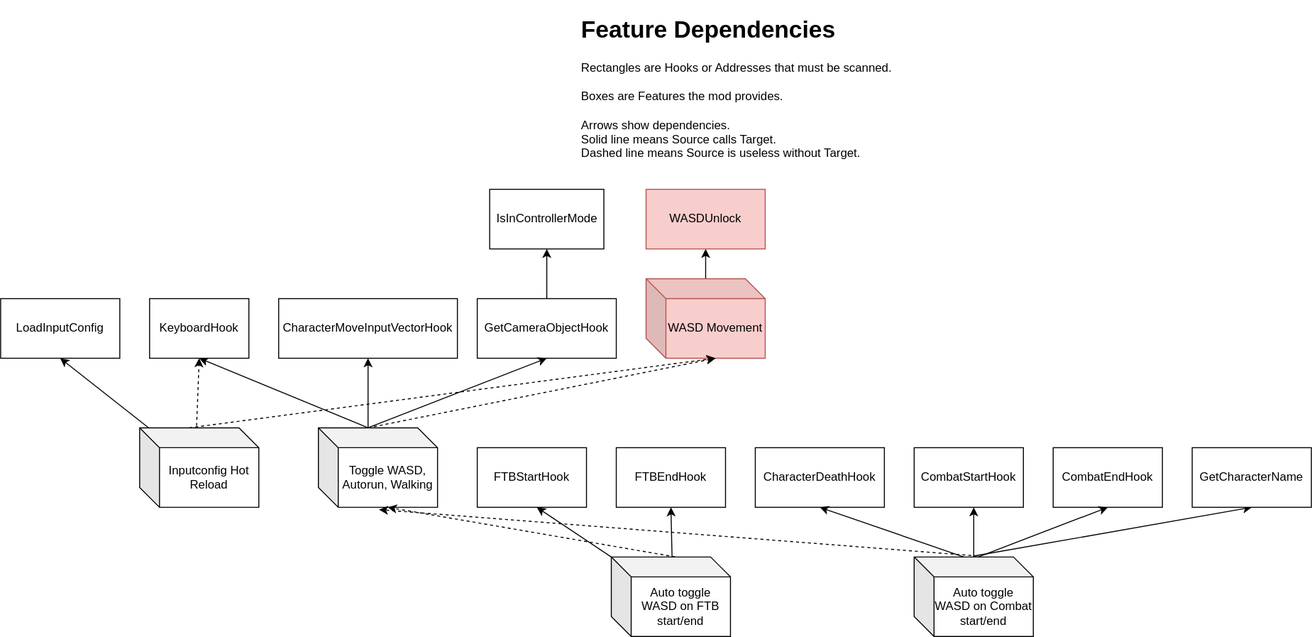
This is doc/feature_dependencies.drawio.svg from Ch4nKyy/BG3WASD, a draw.io export, as it was before one commit. Source tidied: cells renumbered, new cells last; positions are measured from the earlier drawing's top-left corner, leaving out a move shared by most shapes.
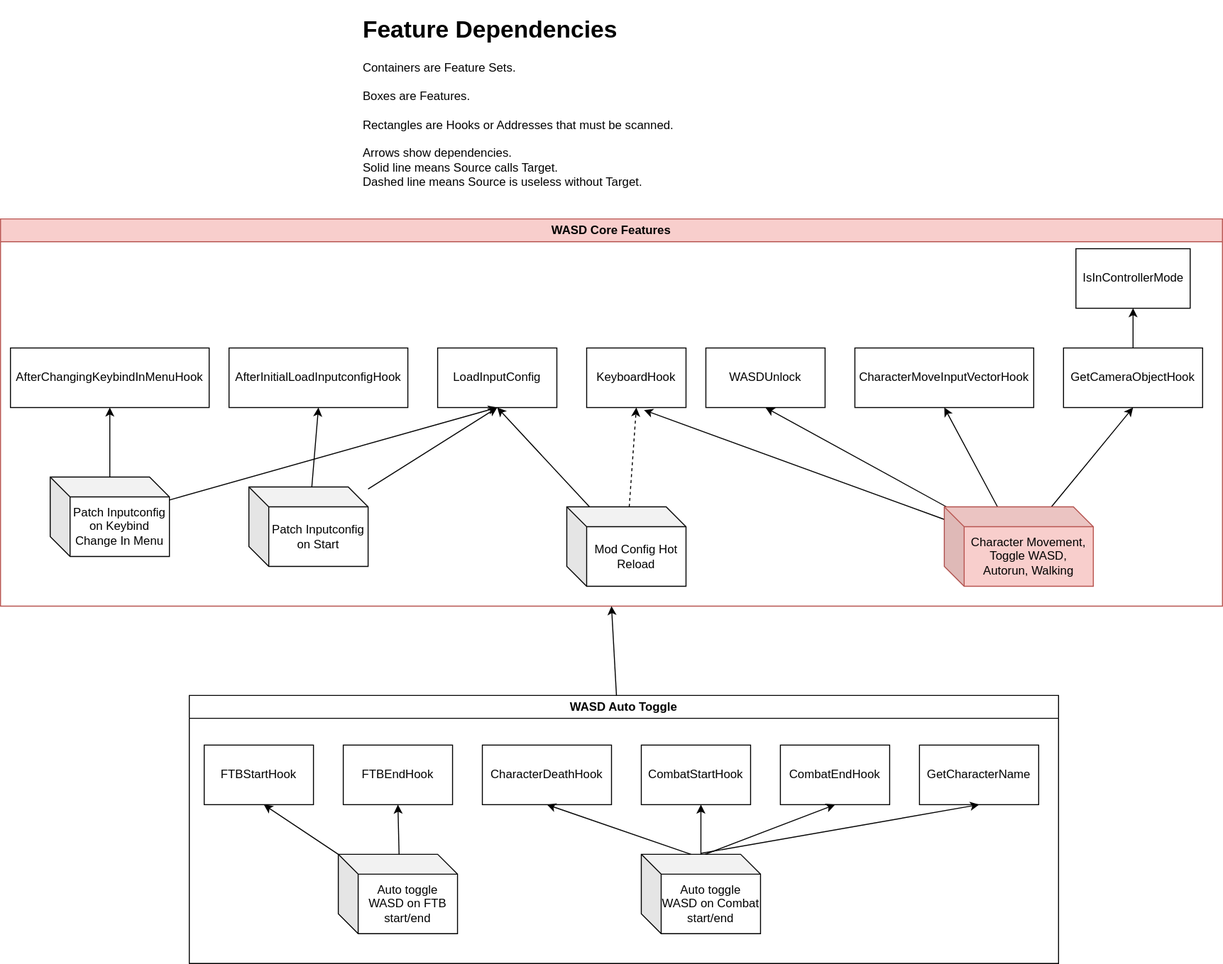
After the commit.

The edit, as a diff of the source:
```diff
@@ -2,119 +2,139 @@
   <root>
     <mxCell id="0" />
     <mxCell id="1" parent="0" />
-    <mxCell id="2" style="edgeStyle=none;html=1;" parent="1" edge="1" source="3" target="4">
-      <mxGeometry relative="1" as="geometry" />
-    </mxCell>
-    <mxCell id="3" value="WASD Movement" style="shape=cube;whiteSpace=wrap;html=1;boundedLbl=1;backgroundOutline=1;darkOpacity=0.05;darkOpacity2=0.1;fillColor=#f8cecc;strokeColor=#b85450;" parent="1" vertex="1">
-      <mxGeometry x="650" y="270" width="120" height="80" as="geometry" />
-    </mxCell>
+    <mxCell id="31" style="edgeStyle=none;html=1;entryX=0;entryY=0;entryDx=70;entryDy=80;entryPerimeter=0;exitX=0.483;exitY=-0.012;exitDx=0;exitDy=0;exitPerimeter=0;strokeColor=none;dashed=1;" parent="1" edge="1" source="33">
+      <mxGeometry relative="1" as="geometry">
+        <mxPoint x="1060" y="380" as="targetPoint" />
+      </mxGeometry>
+    </mxCell>
+    <mxCell id="35" value="&lt;h1&gt;&lt;span style=&quot;background-color: initial;&quot;&gt;Feature Dependencies&lt;/span&gt;&lt;/h1&gt;&lt;div style=&quot;&quot;&gt;&lt;span style=&quot;font-weight: 400;&quot;&gt;&lt;font style=&quot;font-size: 12px;&quot;&gt;Containers are Feature Sets.&lt;/font&gt;&lt;/span&gt;&lt;/div&gt;&lt;div style=&quot;&quot;&gt;&lt;span style=&quot;font-weight: 400;&quot;&gt;&lt;font style=&quot;font-size: 12px;&quot;&gt;&lt;br&gt;&lt;/font&gt;&lt;/span&gt;&lt;/div&gt;&lt;div style=&quot;&quot;&gt;&lt;span style=&quot;font-weight: 400;&quot;&gt;&lt;font style=&quot;font-size: 12px;&quot;&gt;Boxes are Features.&lt;/font&gt;&lt;/span&gt;&lt;/div&gt;&lt;div style=&quot;&quot;&gt;&lt;span style=&quot;font-weight: 400;&quot;&gt;&lt;font style=&quot;font-size: 12px;&quot;&gt;&lt;br&gt;&lt;/font&gt;&lt;/span&gt;&lt;/div&gt;&lt;div style=&quot;&quot;&gt;&lt;span style=&quot;font-weight: 400;&quot;&gt;&lt;font style=&quot;font-size: 12px;&quot;&gt;Rectangles are Hooks or Addresses that must be scanned.&lt;/font&gt;&lt;/span&gt;&lt;/div&gt;&lt;div style=&quot;&quot;&gt;&lt;span style=&quot;font-weight: 400;&quot;&gt;&lt;font style=&quot;font-size: 12px;&quot;&gt;&lt;br&gt;&lt;/font&gt;&lt;/span&gt;&lt;/div&gt;&lt;div style=&quot;&quot;&gt;&lt;span style=&quot;font-weight: 400;&quot;&gt;&lt;font style=&quot;font-size: 12px;&quot;&gt;Arrows show dependencies.&lt;/font&gt;&lt;/span&gt;&lt;/div&gt;&lt;div style=&quot;&quot;&gt;Solid line means Source calls Target.&lt;/div&gt;&lt;div style=&quot;&quot;&gt;Dashed line means Source is useless without Target.&lt;/div&gt;" style="text;html=1;strokeColor=none;fillColor=none;spacing=5;spacingTop=-20;whiteSpace=wrap;overflow=hidden;rounded=0;" parent="1" vertex="1">
+      <mxGeometry x="580" width="360" height="190" as="geometry" />
+    </mxCell>
+    <mxCell id="38" value="WASD Core Features" style="swimlane;whiteSpace=wrap;html=1;fillColor=#f8cecc;strokeColor=#b85450;" parent="1" vertex="1">
+      <mxGeometry x="220" y="210" width="1230" height="390" as="geometry" />
+    </mxCell>
-    <mxCell id="4" value="WASDUnlock" style="rounded=0;whiteSpace=wrap;html=1;fillColor=#f8cecc;strokeColor=#b85450;" parent="1" vertex="1">
-      <mxGeometry x="650" y="180" width="120" height="60" as="geometry" />
+    <mxCell id="4" value="WASDUnlock" style="rounded=0;whiteSpace=wrap;html=1;" parent="38" vertex="1">
+      <mxGeometry x="710" y="130" width="120" height="60" as="geometry" />
     </mxCell>
+    <mxCell id="28" value="IsInControllerMode" style="rounded=0;whiteSpace=wrap;html=1;" parent="38" vertex="1">
+      <mxGeometry x="1082.5" y="30" width="115" height="60" as="geometry" />
+    </mxCell>
+    <mxCell id="7" value="GetCameraObjectHook" style="rounded=0;whiteSpace=wrap;html=1;" parent="38" vertex="1">
+      <mxGeometry x="1070" y="130" width="140" height="60" as="geometry" />
+    </mxCell>
+    <mxCell id="6" style="edgeStyle=none;html=1;entryX=0.5;entryY=1;entryDx=0;entryDy=0;" parent="38" edge="1" source="7" target="28">
+      <mxGeometry relative="1" as="geometry" />
+    </mxCell>
+    <mxCell id="8" style="edgeStyle=none;html=1;entryX=0.5;entryY=1;entryDx=0;entryDy=0;" parent="38" edge="1" source="12" target="5">
+      <mxGeometry relative="1" as="geometry" />
+    </mxCell>
+    <mxCell id="11" style="edgeStyle=none;html=1;entryX=0.577;entryY=1.042;entryDx=0;entryDy=0;entryPerimeter=0;" parent="38" edge="1" source="12" target="36">
+      <mxGeometry relative="1" as="geometry" />
+    </mxCell>
+    <mxCell id="39" style="edgeStyle=none;html=1;entryX=0.5;entryY=1;entryDx=0;entryDy=0;" parent="38" edge="1" source="12" target="4">
+      <mxGeometry relative="1" as="geometry" />
+    </mxCell>
+    <mxCell id="9" style="edgeStyle=none;html=1;entryX=0.5;entryY=1;entryDx=0;entryDy=0;" parent="38" edge="1" source="12" target="7">
+      <mxGeometry relative="1" as="geometry" />
+    </mxCell>
+    <mxCell id="12" value="Character Movement, Toggle WASD,&lt;br&gt;Autorun, Walking" style="shape=cube;whiteSpace=wrap;html=1;boundedLbl=1;backgroundOutline=1;darkOpacity=0.05;darkOpacity2=0.1;fillColor=#f8cecc;strokeColor=#b85450;" parent="38" vertex="1">
+      <mxGeometry x="950" y="290" width="150" height="80" as="geometry" />
+    </mxCell>
-    <mxCell id="5" value="CharacterMoveInputVectorHook" style="rounded=0;whiteSpace=wrap;html=1;" parent="1" vertex="1">
-      <mxGeometry x="280" y="290" width="180" height="60" as="geometry" />
+    <mxCell id="5" value="CharacterMoveInputVectorHook" style="rounded=0;whiteSpace=wrap;html=1;" parent="38" vertex="1">
+      <mxGeometry x="860" y="130" width="180" height="60" as="geometry" />
     </mxCell>
-    <mxCell id="6" style="edgeStyle=none;html=1;entryX=0.5;entryY=1;entryDx=0;entryDy=0;" parent="1" edge="1" source="7" target="28">
-      <mxGeometry relative="1" as="geometry" />
-    </mxCell>
-    <mxCell id="7" value="GetCameraObjectHook" style="rounded=0;whiteSpace=wrap;html=1;" parent="1" vertex="1">
-      <mxGeometry x="480" y="290" width="140" height="60" as="geometry" />
-    </mxCell>
-    <mxCell id="8" style="edgeStyle=none;html=1;entryX=0.5;entryY=1;entryDx=0;entryDy=0;exitX=0;exitY=0;exitDx=50;exitDy=0;exitPerimeter=0;" parent="1" edge="1" source="12" target="5">
-      <mxGeometry relative="1" as="geometry" />
-    </mxCell>
-    <mxCell id="9" style="edgeStyle=none;html=1;entryX=0.5;entryY=1;entryDx=0;entryDy=0;exitX=0;exitY=0;exitDx=50;exitDy=0;exitPerimeter=0;" parent="1" edge="1" source="12" target="7">
-      <mxGeometry relative="1" as="geometry" />
-    </mxCell>
-    <mxCell id="10" style="edgeStyle=none;html=1;entryX=0;entryY=0;entryDx=70;entryDy=80;entryPerimeter=0;exitX=0;exitY=0;exitDx=50;exitDy=0;exitPerimeter=0;dashed=1;" parent="1" edge="1" source="12" target="3">
-      <mxGeometry relative="1" as="geometry" />
-    </mxCell>
-    <mxCell id="11" style="edgeStyle=none;html=1;entryX=0.5;entryY=1;entryDx=0;entryDy=0;fontSize=12;exitX=0;exitY=0;exitDx=50;exitDy=0;exitPerimeter=0;" parent="1" edge="1" source="12" target="36">
-      <mxGeometry relative="1" as="geometry" />
-    </mxCell>
-    <mxCell id="12" value="Toggle WASD, Autorun, Walking" style="shape=cube;whiteSpace=wrap;html=1;boundedLbl=1;backgroundOutline=1;darkOpacity=0.05;darkOpacity2=0.1;" parent="1" vertex="1">
-      <mxGeometry x="320" y="420" width="120" height="80" as="geometry" />
-    </mxCell>
+    <mxCell id="36" value="KeyboardHook" style="rounded=0;whiteSpace=wrap;html=1;" parent="38" vertex="1">
+      <mxGeometry x="590" y="130" width="100" height="60" as="geometry" />
+    </mxCell>
+    <mxCell id="29" style="edgeStyle=none;html=1;entryX=0.5;entryY=1;entryDx=0;entryDy=0;" parent="38" edge="1" source="33" target="34">
+      <mxGeometry relative="1" as="geometry" />
+    </mxCell>
+    <mxCell id="30" style="edgeStyle=none;html=1;entryX=0.5;entryY=1;entryDx=0;entryDy=0;dashed=1;" parent="38" edge="1" source="33" target="36">
+      <mxGeometry relative="1" as="geometry" />
+    </mxCell>
+    <mxCell id="33" value="Mod Config Hot Reload" style="shape=cube;whiteSpace=wrap;html=1;boundedLbl=1;backgroundOutline=1;darkOpacity=0.05;darkOpacity2=0.1;" parent="38" vertex="1">
+      <mxGeometry x="570" y="290" width="120" height="80" as="geometry" />
+    </mxCell>
+    <mxCell id="34" value="LoadInputConfig" style="rounded=0;whiteSpace=wrap;html=1;" parent="38" vertex="1">
+      <mxGeometry x="440" y="130" width="120" height="60" as="geometry" />
+    </mxCell>
+    <mxCell id="40" value="AfterChangingKeybindInMenuHook" style="rounded=0;whiteSpace=wrap;html=1;" parent="38" vertex="1">
+      <mxGeometry x="10" y="130" width="200" height="60" as="geometry" />
+    </mxCell>
+    <mxCell id="41" value="AfterInitialLoadInputconfigHook" style="rounded=0;whiteSpace=wrap;html=1;" parent="38" vertex="1">
+      <mxGeometry x="230" y="130" width="180" height="60" as="geometry" />
+    </mxCell>
+    <mxCell id="42" style="edgeStyle=none;html=1;entryX=0.5;entryY=1;entryDx=0;entryDy=0;" parent="38" edge="1" source="44" target="41">
+      <mxGeometry relative="1" as="geometry" />
+    </mxCell>
+    <mxCell id="43" style="edgeStyle=none;html=1;entryX=0.5;entryY=1;entryDx=0;entryDy=0;" parent="38" edge="1" source="44" target="34">
+      <mxGeometry relative="1" as="geometry" />
+    </mxCell>
+    <mxCell id="44" value="Patch Inputconfig on Start" style="shape=cube;whiteSpace=wrap;html=1;boundedLbl=1;backgroundOutline=1;darkOpacity=0.05;darkOpacity2=0.1;" parent="38" vertex="1">
+      <mxGeometry x="250" y="270" width="120" height="80" as="geometry" />
+    </mxCell>
+    <mxCell id="45" style="edgeStyle=none;html=1;entryX=0.5;entryY=1;entryDx=0;entryDy=0;" parent="38" edge="1" source="46" target="40">
+      <mxGeometry relative="1" as="geometry" />
+    </mxCell>
+    <mxCell id="46" value="Patch Inputconfig on Keybind Change In Menu" style="shape=cube;whiteSpace=wrap;html=1;boundedLbl=1;backgroundOutline=1;darkOpacity=0.05;darkOpacity2=0.1;" parent="38" vertex="1">
+      <mxGeometry x="50" y="260" width="120" height="80" as="geometry" />
+    </mxCell>
+    <mxCell id="47" style="edgeStyle=none;html=1;entryX=0.5;entryY=1;entryDx=0;entryDy=0;" parent="1" edge="1" source="48" target="38">
+      <mxGeometry relative="1" as="geometry" />
+    </mxCell>
+    <mxCell id="48" value="WASD Auto Toggle" style="swimlane;whiteSpace=wrap;html=1;" parent="1" vertex="1">
+      <mxGeometry x="410" y="690" width="875" height="270" as="geometry" />
+    </mxCell>
-    <mxCell id="13" value="CombatStartHook" style="rounded=0;whiteSpace=wrap;html=1;" parent="1" vertex="1">
-      <mxGeometry x="920" y="440" width="110" height="60" as="geometry" />
+    <mxCell id="13" value="CombatStartHook" style="rounded=0;whiteSpace=wrap;html=1;" parent="48" vertex="1">
+      <mxGeometry x="455" y="50" width="110" height="60" as="geometry" />
     </mxCell>
-    <mxCell id="14" value="CombatEndHook" style="rounded=0;whiteSpace=wrap;html=1;" parent="1" vertex="1">
-      <mxGeometry x="1060" y="440" width="110" height="60" as="geometry" />
+    <mxCell id="14" value="CombatEndHook" style="rounded=0;whiteSpace=wrap;html=1;" parent="48" vertex="1">
+      <mxGeometry x="595" y="50" width="110" height="60" as="geometry" />
     </mxCell>
-    <mxCell id="15" value="CharacterDeathHook" style="rounded=0;whiteSpace=wrap;html=1;" parent="1" vertex="1">
-      <mxGeometry x="760" y="440" width="130" height="60" as="geometry" />
+    <mxCell id="15" value="CharacterDeathHook" style="rounded=0;whiteSpace=wrap;html=1;" parent="48" vertex="1">
+      <mxGeometry x="295" y="50" width="130" height="60" as="geometry" />
     </mxCell>
-    <mxCell id="16" style="edgeStyle=none;html=1;entryX=0.5;entryY=1;entryDx=0;entryDy=0;exitX=0;exitY=0;exitDx=50;exitDy=0;exitPerimeter=0;" parent="1" edge="1" source="21" target="15">
+    <mxCell id="16" style="edgeStyle=none;html=1;entryX=0.5;entryY=1;entryDx=0;entryDy=0;exitX=0;exitY=0;exitDx=50;exitDy=0;exitPerimeter=0;" parent="48" edge="1" source="21" target="15">
       <mxGeometry relative="1" as="geometry" />
     </mxCell>
-    <mxCell id="17" style="edgeStyle=none;html=1;" parent="1" edge="1" source="21">
+    <mxCell id="17" style="edgeStyle=none;html=1;" parent="48" edge="1" source="21">
       <mxGeometry relative="1" as="geometry">
-        <mxPoint x="980" y="500" as="targetPoint" />
+        <mxPoint x="515" y="110" as="targetPoint" />
       </mxGeometry>
     </mxCell>
-    <mxCell id="18" style="edgeStyle=none;html=1;entryX=0.5;entryY=1;entryDx=0;entryDy=0;exitX=0.51;exitY=0.015;exitDx=0;exitDy=0;exitPerimeter=0;" parent="1" edge="1" source="21" target="14">
+    <mxCell id="18" style="edgeStyle=none;html=1;entryX=0.5;entryY=1;entryDx=0;entryDy=0;exitX=0.51;exitY=0.015;exitDx=0;exitDy=0;exitPerimeter=0;" parent="48" edge="1" source="21" target="14">
       <mxGeometry relative="1" as="geometry" />
     </mxCell>
-    <mxCell id="19" style="edgeStyle=none;html=1;entryX=0.51;entryY=1.029;entryDx=0;entryDy=0;entryPerimeter=0;exitX=0.529;exitY=-0.013;exitDx=0;exitDy=0;exitPerimeter=0;dashed=1;" parent="1" edge="1" source="21" target="12">
-      <mxGeometry relative="1" as="geometry" />
-    </mxCell>
-    <mxCell id="20" style="edgeStyle=none;html=1;entryX=0.5;entryY=1;entryDx=0;entryDy=0;exitX=0.5;exitY=-0.012;exitDx=0;exitDy=0;exitPerimeter=0;" parent="1" edge="1" source="21" target="37">
-      <mxGeometry relative="1" as="geometry" />
-    </mxCell>
-    <mxCell id="21" value="Auto toggle WASD on Combat start/end" style="shape=cube;whiteSpace=wrap;html=1;boundedLbl=1;backgroundOutline=1;darkOpacity=0.05;darkOpacity2=0.1;" parent="1" vertex="1">
-      <mxGeometry x="920" y="550" width="120" height="80" as="geometry" />
+    <mxCell id="21" value="Auto toggle WASD on Combat start/end" style="shape=cube;whiteSpace=wrap;html=1;boundedLbl=1;backgroundOutline=1;darkOpacity=0.05;darkOpacity2=0.1;" parent="48" vertex="1">
+      <mxGeometry x="455" y="160" width="120" height="80" as="geometry" />
     </mxCell>
-    <mxCell id="22" value="FTBStartHook" style="rounded=0;whiteSpace=wrap;html=1;" parent="1" vertex="1">
-      <mxGeometry x="480" y="440" width="110" height="60" as="geometry" />
+    <mxCell id="22" value="FTBStartHook" style="rounded=0;whiteSpace=wrap;html=1;" parent="48" vertex="1">
+      <mxGeometry x="15" y="50" width="110" height="60" as="geometry" />
     </mxCell>
-    <mxCell id="23" value="FTBEndHook" style="rounded=0;whiteSpace=wrap;html=1;" parent="1" vertex="1">
-      <mxGeometry x="620" y="440" width="110" height="60" as="geometry" />
+    <mxCell id="23" value="FTBEndHook" style="rounded=0;whiteSpace=wrap;html=1;" parent="48" vertex="1">
+      <mxGeometry x="155" y="50" width="110" height="60" as="geometry" />
     </mxCell>
-    <mxCell id="24" style="edgeStyle=none;html=1;" parent="1" edge="1" source="27">
+    <mxCell id="24" style="edgeStyle=none;html=1;" parent="48" edge="1" source="27">
       <mxGeometry relative="1" as="geometry">
-        <mxPoint x="540" y="500" as="targetPoint" />
+        <mxPoint x="75" y="110" as="targetPoint" />
       </mxGeometry>
     </mxCell>
-    <mxCell id="25" style="edgeStyle=none;html=1;entryX=0.5;entryY=1;entryDx=0;entryDy=0;exitX=0.51;exitY=0.015;exitDx=0;exitDy=0;exitPerimeter=0;strokeColor=default;" parent="1" edge="1" source="27" target="23">
+    <mxCell id="25" style="edgeStyle=none;html=1;entryX=0.5;entryY=1;entryDx=0;entryDy=0;exitX=0.51;exitY=0.015;exitDx=0;exitDy=0;exitPerimeter=0;strokeColor=default;" parent="48" edge="1" source="27" target="23">
       <mxGeometry relative="1" as="geometry" />
     </mxCell>
-    <mxCell id="26" style="edgeStyle=none;html=1;entryX=0;entryY=0;entryDx=70;entryDy=80;entryPerimeter=0;exitX=0.535;exitY=-0.002;exitDx=0;exitDy=0;exitPerimeter=0;dashed=1;" parent="1" edge="1" source="27" target="12">
-      <mxGeometry relative="1" as="geometry" />
-    </mxCell>
-    <mxCell id="27" value="Auto toggle WASD on FTB start/end" style="shape=cube;whiteSpace=wrap;html=1;boundedLbl=1;backgroundOutline=1;darkOpacity=0.05;darkOpacity2=0.1;" parent="1" vertex="1">
-      <mxGeometry x="615" y="550" width="120" height="80" as="geometry" />
+    <mxCell id="27" value="Auto toggle WASD on FTB start/end" style="shape=cube;whiteSpace=wrap;html=1;boundedLbl=1;backgroundOutline=1;darkOpacity=0.05;darkOpacity2=0.1;" parent="48" vertex="1">
+      <mxGeometry x="150" y="160" width="120" height="80" as="geometry" />
     </mxCell>
-    <mxCell id="28" value="IsInControllerMode" style="rounded=0;whiteSpace=wrap;html=1;" parent="1" vertex="1">
-      <mxGeometry x="492.5" y="180" width="115" height="60" as="geometry" />
-    </mxCell>
-    <mxCell id="29" style="edgeStyle=none;html=1;entryX=0.5;entryY=1;entryDx=0;entryDy=0;" parent="1" edge="1" source="33" target="34">
-      <mxGeometry relative="1" as="geometry" />
-    </mxCell>
-    <mxCell id="30" style="edgeStyle=none;html=1;entryX=0.5;entryY=1;entryDx=0;entryDy=0;strokeColor=default;fontSize=12;exitX=0.478;exitY=-0.025;exitDx=0;exitDy=0;exitPerimeter=0;dashed=1;" parent="1" edge="1" source="33" target="36">
-      <mxGeometry relative="1" as="geometry" />
-    </mxCell>
-    <mxCell id="31" style="edgeStyle=none;html=1;entryX=0;entryY=0;entryDx=70;entryDy=80;entryPerimeter=0;exitX=0.483;exitY=-0.012;exitDx=0;exitDy=0;exitPerimeter=0;strokeColor=none;dashed=1;" parent="1" edge="1" source="33" target="3">
-      <mxGeometry relative="1" as="geometry" />
-    </mxCell>
-    <mxCell id="32" style="edgeStyle=none;html=1;dashed=1;exitX=0;exitY=0;exitDx=50;exitDy=0;exitPerimeter=0;" parent="1" edge="1" source="33">
-      <mxGeometry relative="1" as="geometry">
-        <mxPoint x="720" y="350" as="targetPoint" />
-      </mxGeometry>
-    </mxCell>
-    <mxCell id="33" value="Inputconfig Hot Reload" style="shape=cube;whiteSpace=wrap;html=1;boundedLbl=1;backgroundOutline=1;darkOpacity=0.05;darkOpacity2=0.1;" parent="1" vertex="1">
-      <mxGeometry x="140" y="420" width="120" height="80" as="geometry" />
-    </mxCell>
-    <mxCell id="34" value="LoadInputConfig" style="rounded=0;whiteSpace=wrap;html=1;" parent="1" vertex="1">
-      <mxGeometry y="290" width="120" height="60" as="geometry" />
-    </mxCell>
-    <mxCell id="35" value="&lt;h1&gt;&lt;span style=&quot;background-color: initial;&quot;&gt;Feature Dependencies&lt;/span&gt;&lt;/h1&gt;&lt;div style=&quot;&quot;&gt;&lt;span style=&quot;font-weight: 400;&quot;&gt;&lt;font style=&quot;font-size: 12px;&quot;&gt;Rectangles are Hooks or Addresses that must be scanned.&lt;/font&gt;&lt;/span&gt;&lt;/div&gt;&lt;div style=&quot;&quot;&gt;&lt;span style=&quot;font-weight: 400;&quot;&gt;&lt;font style=&quot;font-size: 12px;&quot;&gt;&lt;br&gt;&lt;/font&gt;&lt;/span&gt;&lt;/div&gt;&lt;div style=&quot;&quot;&gt;&lt;span style=&quot;font-weight: 400;&quot;&gt;&lt;font style=&quot;font-size: 12px;&quot;&gt;Boxes are Features the mod provides.&lt;/font&gt;&lt;/span&gt;&lt;/div&gt;&lt;div style=&quot;&quot;&gt;&lt;span style=&quot;font-weight: 400;&quot;&gt;&lt;font style=&quot;font-size: 12px;&quot;&gt;&lt;br&gt;&lt;/font&gt;&lt;/span&gt;&lt;/div&gt;&lt;div style=&quot;&quot;&gt;&lt;span style=&quot;font-weight: 400;&quot;&gt;&lt;font style=&quot;font-size: 12px;&quot;&gt;Arrows show dependencies.&lt;/font&gt;&lt;/span&gt;&lt;/div&gt;&lt;div style=&quot;&quot;&gt;Solid line means Source calls Target.&lt;/div&gt;&lt;div style=&quot;&quot;&gt;Dashed line means Source is useless without Target.&lt;/div&gt;" style="text;html=1;strokeColor=none;fillColor=none;spacing=5;spacingTop=-20;whiteSpace=wrap;overflow=hidden;rounded=0;" parent="1" vertex="1">
-      <mxGeometry x="580" width="360" height="160" as="geometry" />
-    </mxCell>
-    <mxCell id="36" value="KeyboardHook" style="rounded=0;whiteSpace=wrap;html=1;" parent="1" vertex="1">
-      <mxGeometry x="150" y="290" width="100" height="60" as="geometry" />
-    </mxCell>
-    <mxCell id="37" value="GetCharacterName" style="rounded=0;whiteSpace=wrap;html=1;" parent="1" vertex="1">
-      <mxGeometry x="1200" y="440" width="120" height="60" as="geometry" />
+    <mxCell id="37" value="GetCharacterName" style="rounded=0;whiteSpace=wrap;html=1;" parent="48" vertex="1">
+      <mxGeometry x="735" y="50" width="120" height="60" as="geometry" />
     </mxCell>
+    <mxCell id="20" style="edgeStyle=none;html=1;entryX=0.5;entryY=1;entryDx=0;entryDy=0;exitX=0.5;exitY=-0.012;exitDx=0;exitDy=0;exitPerimeter=0;" parent="48" edge="1" source="21" target="37">
+      <mxGeometry relative="1" as="geometry" />
+    </mxCell>
+    <mxCell id="49" style="edgeStyle=none;html=1;" parent="1" edge="1" source="46">
+      <mxGeometry relative="1" as="geometry">
+        <mxPoint x="720" y="400" as="targetPoint" />
+      </mxGeometry>
+    </mxCell>
   </root>
 </mxGraphModel>
```
